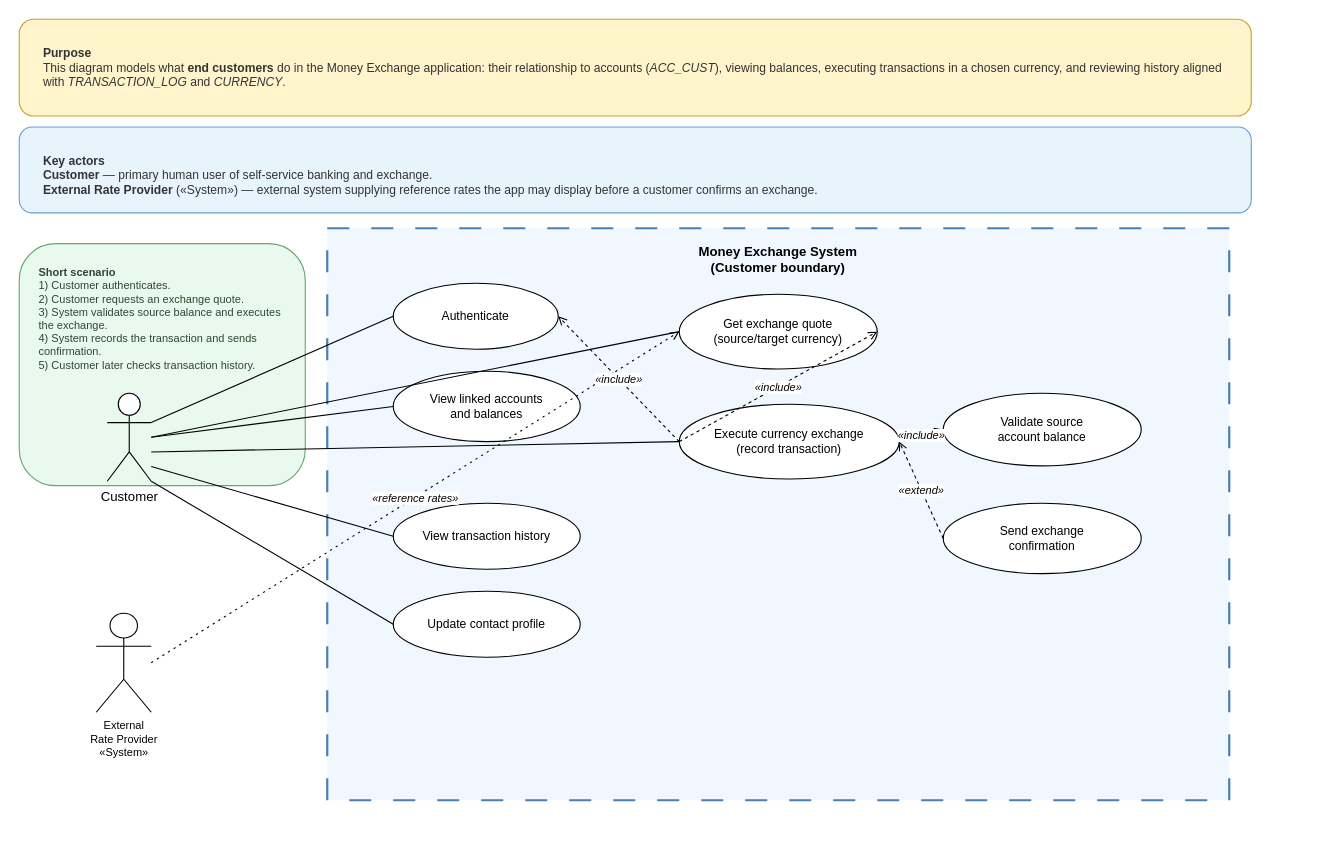
This is MSE800-PSD/Week5/Activity1/UseCaseDiagram1_CustomerMoneyServices.drawio from siam-abdulllah/MSE800, a draw.io file, before an edit. Source tidied: cells renumbered, new cells numbered last; positions are measured from the earlier drawing's top-left corner, leaving out a move shared by most shapes. Both pictures are drawn from the tidied source at 110%, with x=0, y=0 at pixel (19, 19).
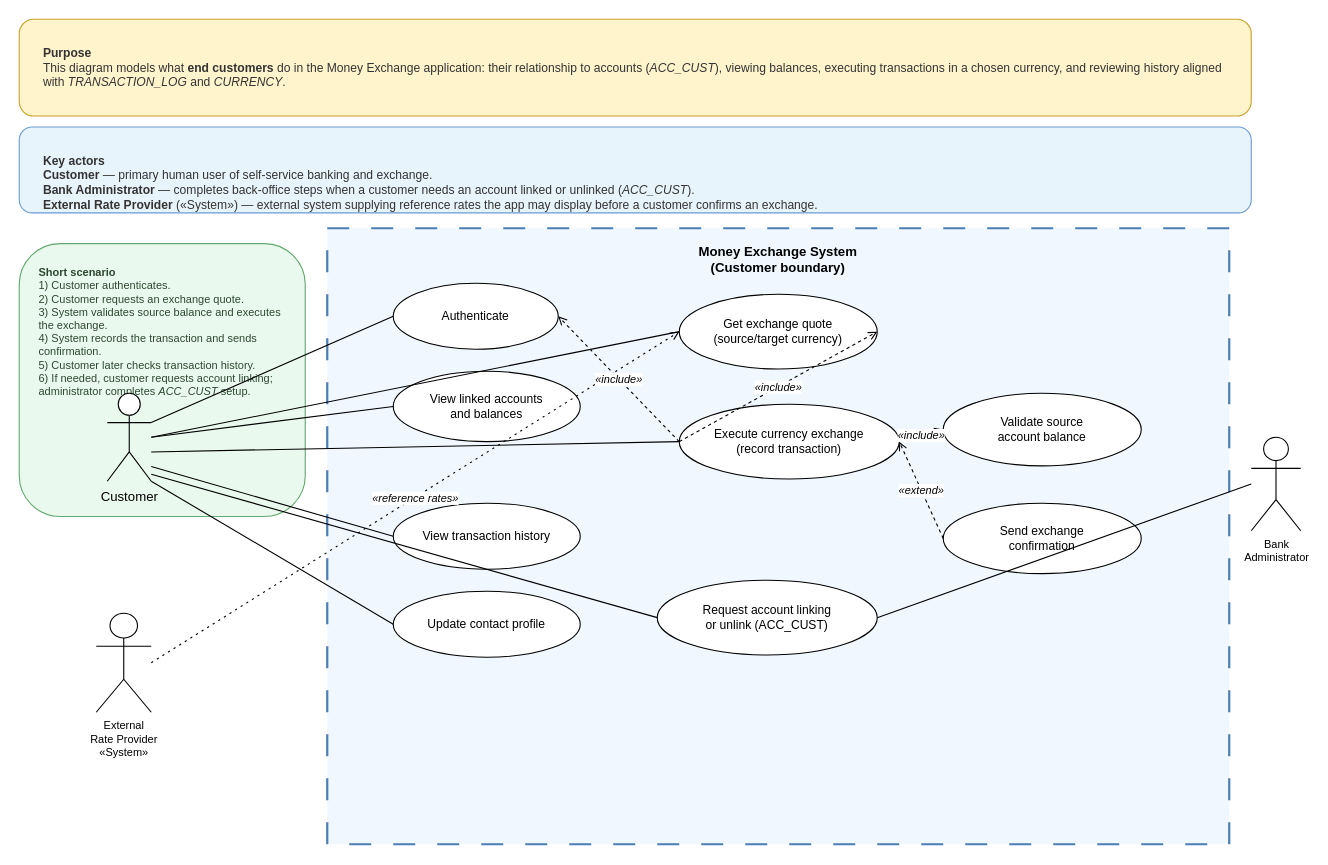
After the change.

The change refers to these unchanged cells:
```xml
<mxCell id="14" value="Customer" style="shape=umlActor;verticalLabelPosition=bottom;verticalAlign=top;html=1;outlineConnect=0;fillColor=default;fontColor=default;" parent="1" vertex="1">
  <mxGeometry x="80" y="340" width="40" height="80" as="geometry" />
</mxCell>
```

Diff of the diagram source:
```diff
@@
-    <mxCell id="3" value="&lt;b&gt;Key actors&lt;/b&gt;&lt;br&gt;&lt;b&gt;Customer&lt;/b&gt; — primary human user of self-service banking and exchange.&lt;br&gt;&lt;b&gt;External Rate Provider&lt;/b&gt; (&amp;laquo;System&amp;raquo;) — external system supplying reference rates the app may display before a customer confirms an exchange." style="rounded=1;whiteSpace=wrap;html=1;align=left;verticalAlign=top;fillColor=#E8F4FC;strokeColor=#6B9BD1;fontSize=11;spacing=10;spacingLeft=12;spacingTop=10;spacingRight=10;spacingBottom=10;fontColor=#333333;" parent="1" vertex="1">
+    <mxCell id="3" value="&lt;b&gt;Key actors&lt;/b&gt;&lt;br&gt;&lt;b&gt;Customer&lt;/b&gt; — primary human user of self-service banking and exchange.&lt;br&gt;&lt;b&gt;Bank Administrator&lt;/b&gt; — completes back-office steps when a customer needs an account linked or unlinked (&lt;i&gt;ACC_CUST&lt;/i&gt;).&lt;br&gt;&lt;b&gt;External Rate Provider&lt;/b&gt; (&amp;laquo;System&amp;raquo;) — external system supplying reference rates the app may display before a customer confirms an exchange." style="rounded=1;whiteSpace=wrap;html=1;align=left;verticalAlign=top;fillColor=#E8F4FC;strokeColor=#6B9BD1;fontSize=11;spacing=10;spacingLeft=12;spacingTop=10;spacingRight=10;spacingBottom=10;fontColor=#333333;" parent="1" vertex="1">
       <mxGeometry y="98" width="1120" height="78" as="geometry" />
     </mxCell>
-    <mxCell id="4" value="&lt;b&gt;Short scenario&lt;/b&gt;&lt;br&gt;1) Customer authenticates.&lt;br&gt;2) Customer requests an exchange quote.&lt;br&gt;3) System validates source balance and executes the exchange.&lt;br&gt;4) System records the transaction and sends confirmation.&lt;br&gt;5) Customer later checks transaction history." style="rounded=1;whiteSpace=wrap;html=1;align=left;verticalAlign=top;fillColor=#EAF9EE;strokeColor=#62A86F;fontSize=10;spacing=8;spacingLeft=10;spacingTop=8;spacingRight=8;spacingBottom=8;fontColor=#2D4730;" parent="1" vertex="1">
-      <mxGeometry y="204" width="260" height="220" as="geometry" />
+    <mxCell id="4" value="&lt;b&gt;Short scenario&lt;/b&gt;&lt;br&gt;1) Customer authenticates.&lt;br&gt;2) Customer requests an exchange quote.&lt;br&gt;3) System validates source balance and executes the exchange.&lt;br&gt;4) System records the transaction and sends confirmation.&lt;br&gt;5) Customer later checks transaction history.&lt;br&gt;6) If needed, customer requests account linking; administrator completes &lt;i&gt;ACC_CUST&lt;/i&gt; setup." style="rounded=1;whiteSpace=wrap;html=1;align=left;verticalAlign=top;fillColor=#EAF9EE;strokeColor=#62A86F;fontSize=10;spacing=8;spacingLeft=10;spacingTop=8;spacingRight=8;spacingBottom=8;fontColor=#2D4730;" parent="1" vertex="1">
+      <mxGeometry y="204" width="260" height="248" as="geometry" />
     </mxCell>
     <mxCell id="5" value="Money Exchange System&#10;(Customer boundary)" style="rounded=0;whiteSpace=wrap;html=1;align=center;verticalAlign=top;spacingTop=8;fillColor=#F0F7FF;strokeColor=#4A7EB5;strokeWidth=2;dashed=1;dashPattern=10 10;fontStyle=1;fontSize=12;" parent="1" vertex="1">
-      <mxGeometry x="280" y="190" width="820" height="520" as="geometry" />
+      <mxGeometry x="280" y="190" width="820" height="560" as="geometry" />
     </mxCell>
@@
+    <mxCell id="27" value="Request account linking&#10;or unlink (ACC_CUST)" style="ellipse;whiteSpace=wrap;html=1;align=center;fontSize=11;" parent="1" vertex="1">
+      <mxGeometry x="580" y="510" width="200" height="68" as="geometry" />
+    </mxCell>
@@
+    <mxCell id="28" value="Bank&#10;Administrator" style="shape=umlActor;verticalLabelPosition=bottom;verticalAlign=top;html=1;outlineConnect=0;fillColor=default;fontSize=10;" parent="1" vertex="1">
+      <mxGeometry x="1120" y="380" width="45" height="85" as="geometry" />
+    </mxCell>
@@
+    <mxCell id="29" style="endArrow=none;html=1;rounded=0;exitX=1;exitY=0.92;exitDx=0;exitDy=0;exitPerimeter=0;entryX=0;entryY=0.5;entryDx=0;entryDy=0;" parent="1" edge="1" source="14" target="27">
+      <mxGeometry relative="1" as="geometry" />
+    </mxCell>
+    <mxCell id="30" style="endArrow=none;html=1;rounded=0;exitX=0;exitY=0.5;exitDx=0;exitDy=0;exitPerimeter=0;entryX=1;entryY=0.5;entryDx=0;entryDy=0;" parent="1" edge="1" source="28" target="27">
+      <mxGeometry relative="1" as="geometry" />
+    </mxCell>
```
